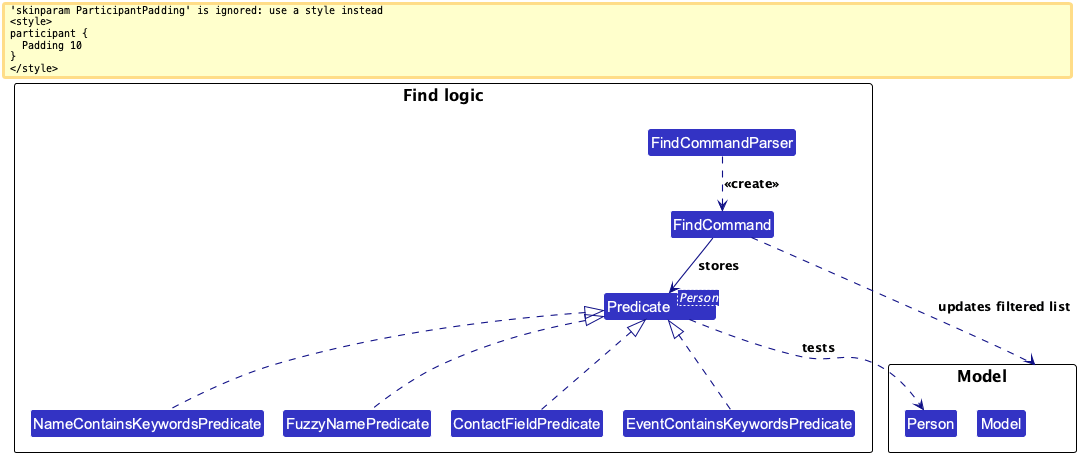
This is docs/images/FindClassDiagram.png from AY2627S1-CS2103-F13-2/tp, a PlantUML export, as it was before one commit. Its diagram source:
```plantuml
@startuml
!include style.puml
skinparam arrowThickness 1.1
skinparam arrowColor LOGIC_COLOR_T4
skinparam classBackgroundColor LOGIC_COLOR

package "Find logic" {
    Class FindCommandParser
    Class FindCommand
    Class "Predicate<Person>" as PersonPredicate
    Class NameContainsKeywordsPredicate
    Class FuzzyNamePredicate
    Class ContactFieldPredicate
    Class EventContainsKeywordsPredicate
}

package Model {
    Class Person
    Class Model
}

FindCommandParser ..> FindCommand : <<create>>
FindCommand --> PersonPredicate : stores
PersonPredicate <|.. NameContainsKeywordsPredicate
PersonPredicate <|.. FuzzyNamePredicate
PersonPredicate <|.. ContactFieldPredicate
PersonPredicate <|.. EventContainsKeywordsPredicate

FindCommand ..> Model : updates filtered list
PersonPredicate ..> Person : tests
@enduml
```
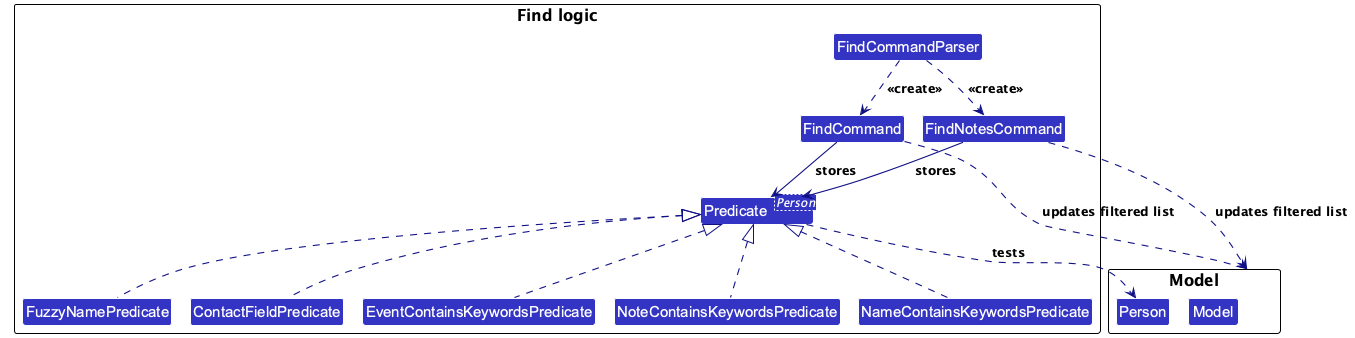
After the commit.

Diff of the diagram source:
```diff
@@ -1,5 +1,7 @@
 @startuml
 !include style.puml
+!pragma layout smetana
+
 skinparam arrowThickness 1.1
 skinparam arrowColor LOGIC_COLOR_T4
 skinparam classBackgroundColor LOGIC_COLOR
@@ -7,11 +9,13 @@
 package "Find logic" {
     Class FindCommandParser
     Class FindCommand
+    Class FindNotesCommand
     Class "Predicate<Person>" as PersonPredicate
     Class NameContainsKeywordsPredicate
     Class FuzzyNamePredicate
     Class ContactFieldPredicate
     Class EventContainsKeywordsPredicate
+    Class NoteContainsKeywordsPredicate
 }
 
 package Model {
@@ -20,12 +24,20 @@
 }
 
 FindCommandParser ..> FindCommand : <<create>>
+FindCommandParser ..> FindNotesCommand : <<create>>
+
 FindCommand --> PersonPredicate : stores
+FindNotesCommand --> PersonPredicate : stores
+
 PersonPredicate <|.. NameContainsKeywordsPredicate
 PersonPredicate <|.. FuzzyNamePredicate
 PersonPredicate <|.. ContactFieldPredicate
 PersonPredicate <|.. EventContainsKeywordsPredicate
+PersonPredicate <|.. NoteContainsKeywordsPredicate
 
 FindCommand ..> Model : updates filtered list
+FindNotesCommand ..> Model : updates filtered list
+
 PersonPredicate ..> Person : tests
+
 @enduml
```
